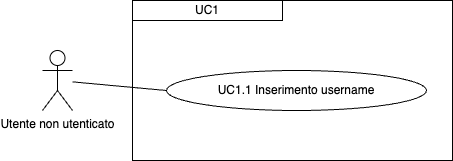
Before: imgs/Uml/UC1.1.png, a diagram exported from draw.io (ShameIRL/farmacode). Source tidied: cells renumbered, new cells last; positions are measured from the earlier drawing's top-left corner, leaving out a move shared by most shapes.
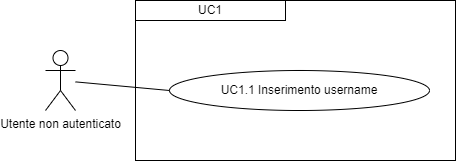
Later version of the same file.

The edit, as a diff of the source:
```diff
@@ -14,7 +14,7 @@
     <mxCell id="5" style="rounded=0;whiteSpace=wrap;html=1;fillColor=none;" parent="1" vertex="1">
       <mxGeometry x="90" width="320" height="160" as="geometry" />
     </mxCell>
-    <mxCell id="6" value="Utente non utenticato" style="shape=umlActor;verticalLabelPosition=bottom;verticalAlign=top;html=1;outlineConnect=0;" parent="1" vertex="1">
+    <mxCell id="6" value="Utente non autenticato" style="shape=umlActor;verticalLabelPosition=bottom;verticalAlign=top;html=1;outlineConnect=0;" parent="1" vertex="1">
       <mxGeometry y="50" width="30" height="60" as="geometry" />
     </mxCell>
   </root>
```
